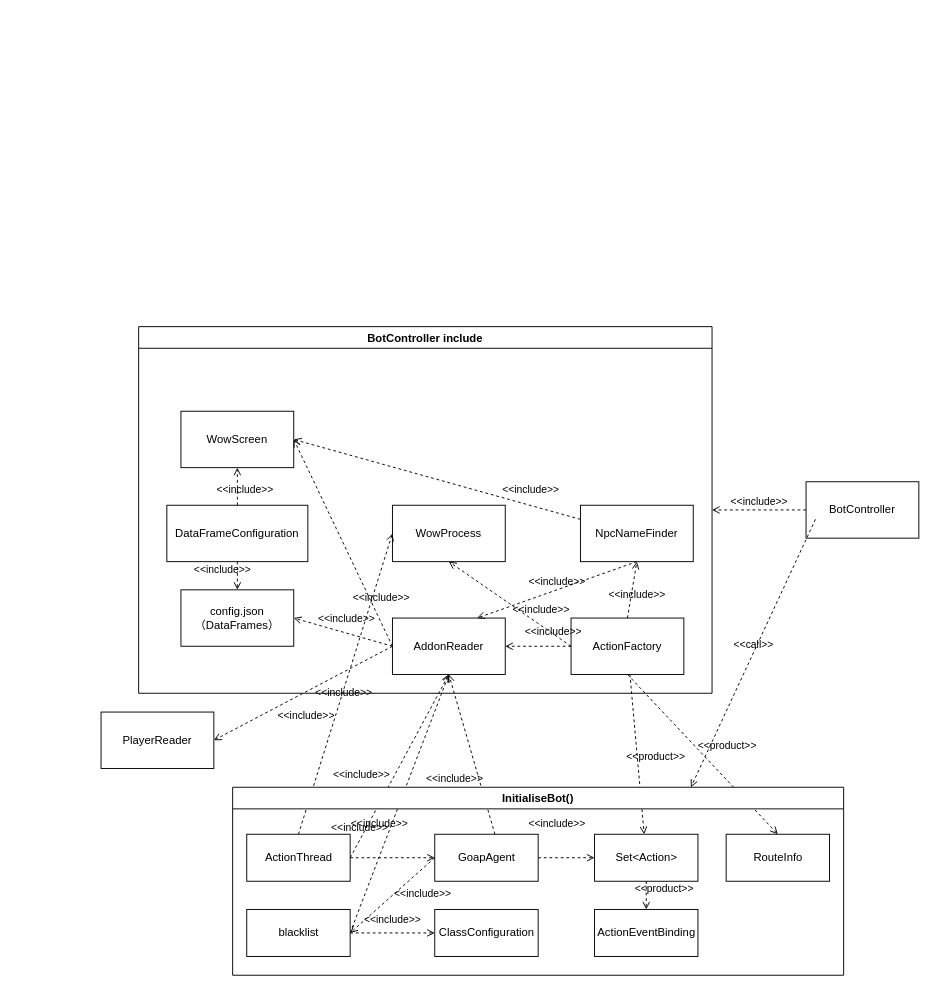
YannieCheung/botgrams keeps this draw.io diagram as Bot_2.drawio. Above is the earlier version. Source tidied: cells renumbered, new cells numbered last; positions are measured from the earlier drawing's top-left corner, leaving out a move shared by most shapes. Both pictures are drawn from the tidied source at 94%, with x=0, y=0 at pixel (101, 326).
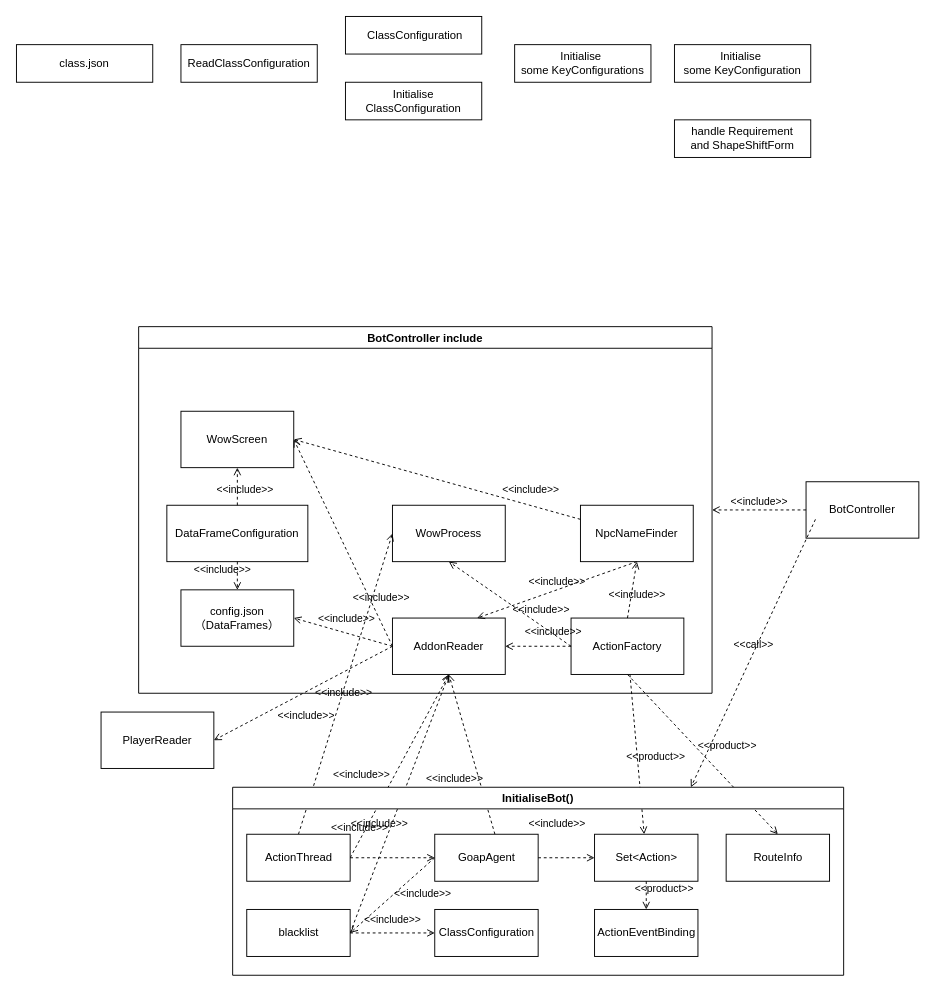
The same page after the edit.

What changed in the source:
```diff
@@
+    <mxCell id="43" value="ReadClassConfiguration" style="rounded=0;whiteSpace=wrap;html=1;" parent="1" vertex="1">
+      <mxGeometry x="85" y="-300" width="145" height="40" as="geometry" />
+    </mxCell>
+    <mxCell id="44" value="class.json" style="rounded=0;whiteSpace=wrap;html=1;" parent="1" vertex="1">
+      <mxGeometry x="-90" y="-300" width="145" height="40" as="geometry" />
+    </mxCell>
+    <mxCell id="45" value="Initialise ClassConfiguration" style="rounded=0;whiteSpace=wrap;html=1;" parent="1" vertex="1">
+      <mxGeometry x="260" y="-260" width="145" height="40" as="geometry" />
+    </mxCell>
+    <mxCell id="46" value="&amp;nbsp;ClassConfiguration" style="rounded=0;whiteSpace=wrap;html=1;" parent="1" vertex="1">
+      <mxGeometry x="260" y="-330" width="145" height="40" as="geometry" />
+    </mxCell>
+    <mxCell id="47" value="Initialise&amp;nbsp;&lt;br&gt;some&amp;nbsp;KeyConfigurations" style="rounded=0;whiteSpace=wrap;html=1;" parent="1" vertex="1">
+      <mxGeometry x="440" y="-300" width="145" height="40" as="geometry" />
+    </mxCell>
+    <mxCell id="48" value="Initialise&amp;nbsp;&lt;br&gt;some&amp;nbsp;KeyConfiguration" style="rounded=0;whiteSpace=wrap;html=1;" parent="1" vertex="1">
+      <mxGeometry x="610" y="-300" width="145" height="40" as="geometry" />
+    </mxCell>
+    <mxCell id="49" value="handle&amp;nbsp;Requirement and&amp;nbsp;ShapeShiftForm" style="rounded=0;whiteSpace=wrap;html=1;" parent="1" vertex="1">
+      <mxGeometry x="610" y="-220" width="145" height="40" as="geometry" />
+    </mxCell>
```
